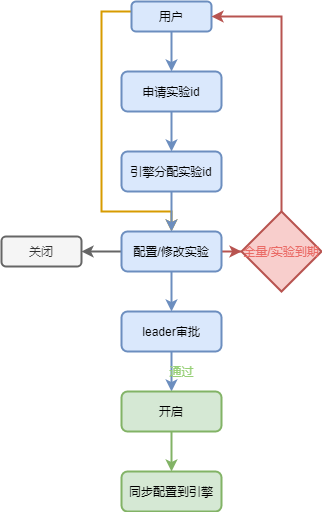
The draw.io diagram test.png in dlt330219/diagrams, before a commit. Source tidied: cells renumbered, new cells last; positions are measured from the earlier drawing's top-left corner, leaving out a move shared by most shapes.
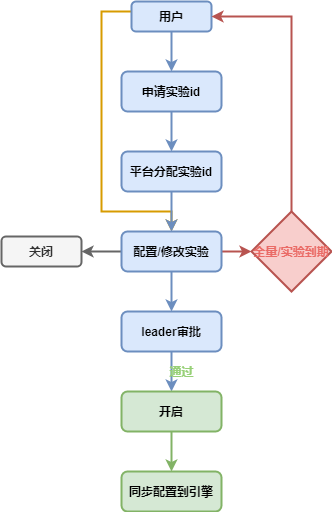
After the change.

Diff of the diagram source:
```diff
@@ -2,10 +2,10 @@
   <root>
     <mxCell id="0" />
     <mxCell id="1" parent="0" />
-    <mxCell id="2" style="edgeStyle=orthogonalEdgeStyle;rounded=0;jettySize=auto;html=1;fillColor=#dae8fc;strokeColor=#6c8ebf;fontStyle=0;strokeWidth=2;" parent="1" edge="1" source="4" target="6">
+    <mxCell id="2" style="edgeStyle=orthogonalEdgeStyle;rounded=0;jettySize=auto;html=1;fillColor=#dae8fc;strokeColor=#6c8ebf;fontStyle=1;strokeWidth=2;" parent="1" edge="1" source="4" target="6">
       <mxGeometry relative="1" as="geometry" />
     </mxCell>
-    <mxCell id="3" style="edgeStyle=orthogonalEdgeStyle;rounded=0;jettySize=auto;html=1;fillColor=#ffe6cc;strokeColor=#d79b00;entryX=0.5;entryY=0;entryDx=0;entryDy=0;fontStyle=0;strokeWidth=2;" parent="1" edge="1" source="4" target="12">
+    <mxCell id="3" style="edgeStyle=orthogonalEdgeStyle;rounded=0;jettySize=auto;html=1;fillColor=#ffe6cc;strokeColor=#d79b00;entryX=0.5;entryY=0;entryDx=0;entryDy=0;fontStyle=1;strokeWidth=2;" parent="1" edge="1" source="4" target="12">
       <mxGeometry relative="1" as="geometry">
         <Array as="points">
           <mxPoint x="100" y="10" />
@@ -14,37 +14,37 @@
         </Array>
       </mxGeometry>
     </mxCell>
-    <mxCell id="4" value="用户" style="rounded=1;whiteSpace=wrap;html=1;fillColor=#dae8fc;strokeColor=#6c8ebf;fontStyle=0;strokeWidth=2;" parent="1" vertex="1">
+    <mxCell id="4" value="用户" style="rounded=1;whiteSpace=wrap;html=1;fillColor=#dae8fc;strokeColor=#6c8ebf;fontStyle=1;strokeWidth=2;" parent="1" vertex="1">
       <mxGeometry x="130" width="80" height="30" as="geometry" />
     </mxCell>
-    <mxCell id="5" style="edgeStyle=orthogonalEdgeStyle;rounded=0;jettySize=auto;html=1;fillColor=#dae8fc;strokeColor=#6c8ebf;fontStyle=0;strokeWidth=2;" parent="1" edge="1" source="6" target="8">
+    <mxCell id="5" style="edgeStyle=orthogonalEdgeStyle;rounded=0;jettySize=auto;html=1;fillColor=#dae8fc;strokeColor=#6c8ebf;fontStyle=1;strokeWidth=2;" parent="1" edge="1" source="6" target="8">
       <mxGeometry relative="1" as="geometry" />
     </mxCell>
-    <mxCell id="6" value="申请实验id" style="rounded=1;whiteSpace=wrap;html=1;fillColor=#dae8fc;strokeColor=#6c8ebf;fontStyle=0;strokeWidth=2;" parent="1" vertex="1">
+    <mxCell id="6" value="申请实验id" style="rounded=1;whiteSpace=wrap;html=1;fillColor=#dae8fc;strokeColor=#6c8ebf;fontStyle=1;strokeWidth=2;" parent="1" vertex="1">
       <mxGeometry x="120" y="70" width="100" height="40" as="geometry" />
     </mxCell>
-    <mxCell id="7" style="edgeStyle=orthogonalEdgeStyle;rounded=0;jettySize=auto;html=1;fillColor=#dae8fc;strokeColor=#6c8ebf;fontStyle=0;strokeWidth=2;" parent="1" edge="1" source="8" target="12">
+    <mxCell id="7" style="edgeStyle=orthogonalEdgeStyle;rounded=0;jettySize=auto;html=1;fillColor=#dae8fc;strokeColor=#6c8ebf;fontStyle=1;strokeWidth=2;" parent="1" edge="1" source="8" target="12">
       <mxGeometry relative="1" as="geometry" />
     </mxCell>
-    <mxCell id="8" value="引擎分配实验id" style="rounded=1;whiteSpace=wrap;html=1;fillColor=#dae8fc;strokeColor=#6c8ebf;fontStyle=0;strokeWidth=2;" parent="1" vertex="1">
+    <mxCell id="8" value="平台分配实验id" style="rounded=1;whiteSpace=wrap;html=1;fillColor=#dae8fc;strokeColor=#6c8ebf;fontStyle=1;strokeWidth=2;" parent="1" vertex="1">
       <mxGeometry x="120" y="150" width="100" height="40" as="geometry" />
     </mxCell>
-    <mxCell id="9" style="edgeStyle=orthogonalEdgeStyle;rounded=0;jettySize=auto;html=1;fillColor=#f5f5f5;strokeColor=#666666;fontStyle=0;strokeWidth=2;" parent="1" edge="1" source="12" target="13">
+    <mxCell id="9" style="edgeStyle=orthogonalEdgeStyle;rounded=0;jettySize=auto;html=1;fillColor=#f5f5f5;strokeColor=#666666;fontStyle=1;strokeWidth=2;" parent="1" edge="1" source="12" target="13">
       <mxGeometry relative="1" as="geometry" />
     </mxCell>
-    <mxCell id="10" style="edgeStyle=orthogonalEdgeStyle;rounded=0;jettySize=auto;html=1;fillColor=#dae8fc;strokeColor=#6c8ebf;fontStyle=0;strokeWidth=2;" parent="1" edge="1" source="12" target="15">
+    <mxCell id="10" style="edgeStyle=orthogonalEdgeStyle;rounded=0;jettySize=auto;html=1;fillColor=#dae8fc;strokeColor=#6c8ebf;fontStyle=1;strokeWidth=2;" parent="1" edge="1" source="12" target="15">
       <mxGeometry relative="1" as="geometry" />
     </mxCell>
-    <mxCell id="11" style="edgeStyle=orthogonalEdgeStyle;rounded=0;jettySize=auto;html=1;fontColor=#97D077;fillColor=#f8cecc;strokeColor=#b85450;fontStyle=0;strokeWidth=2;" parent="1" edge="1" source="12" target="21">
+    <mxCell id="11" style="edgeStyle=orthogonalEdgeStyle;rounded=0;jettySize=auto;html=1;fontColor=#97D077;fillColor=#f8cecc;strokeColor=#b85450;fontStyle=1;strokeWidth=2;" parent="1" edge="1" source="12" target="21">
       <mxGeometry relative="1" as="geometry" />
     </mxCell>
-    <mxCell id="12" value="配置/修改实验" style="rounded=1;whiteSpace=wrap;html=1;fillColor=#dae8fc;strokeColor=#6c8ebf;fontStyle=0;strokeWidth=2;" parent="1" vertex="1">
+    <mxCell id="12" value="配置/修改实验" style="rounded=1;whiteSpace=wrap;html=1;fillColor=#dae8fc;strokeColor=#6c8ebf;fontStyle=1;strokeWidth=2;" parent="1" vertex="1">
       <mxGeometry x="120" y="230" width="100" height="40" as="geometry" />
     </mxCell>
-    <mxCell id="13" value="关闭" style="rounded=1;whiteSpace=wrap;html=1;fillColor=#f5f5f5;strokeColor=#666666;fontColor=#333333;fontStyle=0;strokeWidth=2;" parent="1" vertex="1">
+    <mxCell id="13" value="关闭" style="rounded=1;whiteSpace=wrap;html=1;fillColor=#f5f5f5;strokeColor=#666666;fontColor=#333333;fontStyle=1;strokeWidth=2;" parent="1" vertex="1">
       <mxGeometry y="235" width="80" height="30" as="geometry" />
     </mxCell>
-    <mxCell id="14" style="edgeStyle=orthogonalEdgeStyle;rounded=0;jettySize=auto;html=1;fillColor=#dae8fc;strokeColor=#6c8ebf;fontStyle=0;strokeWidth=2;" parent="1" edge="1" source="15" target="17">
+    <mxCell id="14" style="edgeStyle=orthogonalEdgeStyle;rounded=0;jettySize=auto;html=1;fillColor=#dae8fc;strokeColor=#6c8ebf;fontStyle=1;strokeWidth=2;" parent="1" edge="1" source="15" target="17">
       <mxGeometry relative="1" as="geometry">
         <Array as="points">
           <mxPoint x="170" y="370" />
@@ -52,30 +52,30 @@
         </Array>
       </mxGeometry>
     </mxCell>
-    <mxCell id="15" value="leader审批" style="rounded=1;whiteSpace=wrap;html=1;fillColor=#dae8fc;strokeColor=#6c8ebf;fontStyle=0;strokeWidth=2;" parent="1" vertex="1">
+    <mxCell id="15" value="leader审批" style="rounded=1;whiteSpace=wrap;html=1;fillColor=#dae8fc;strokeColor=#6c8ebf;fontStyle=1;strokeWidth=2;" parent="1" vertex="1">
       <mxGeometry x="120" y="310" width="100" height="40" as="geometry" />
     </mxCell>
-    <mxCell id="16" style="edgeStyle=orthogonalEdgeStyle;rounded=0;jettySize=auto;html=1;fontColor=#97D077;fillColor=#d5e8d4;strokeColor=#82b366;fontStyle=0;strokeWidth=2;" parent="1" edge="1" source="17" target="19">
+    <mxCell id="16" style="edgeStyle=orthogonalEdgeStyle;rounded=0;jettySize=auto;html=1;fontColor=#97D077;fillColor=#d5e8d4;strokeColor=#82b366;fontStyle=1;strokeWidth=2;" parent="1" edge="1" source="17" target="19">
       <mxGeometry relative="1" as="geometry" />
     </mxCell>
-    <mxCell id="17" value="开启" style="rounded=1;whiteSpace=wrap;html=1;fillColor=#d5e8d4;strokeColor=#82b366;fontStyle=0;strokeWidth=2;" parent="1" vertex="1">
+    <mxCell id="17" value="开启" style="rounded=1;whiteSpace=wrap;html=1;fillColor=#d5e8d4;strokeColor=#82b366;fontStyle=1;strokeWidth=2;" parent="1" vertex="1">
       <mxGeometry x="120" y="390" width="100" height="40" as="geometry" />
     </mxCell>
-    <mxCell id="18" value="通过" style="text;html=1;align=center;verticalAlign=middle;fontColor=#97D077;fontStyle=0;strokeWidth=2;" parent="1" vertex="1">
+    <mxCell id="18" value="通过" style="text;html=1;align=center;verticalAlign=middle;fontColor=#97D077;fontStyle=1;strokeWidth=2;" parent="1" vertex="1">
       <mxGeometry x="160" y="360" width="40" height="20" as="geometry" />
     </mxCell>
-    <mxCell id="19" value="同步配置到引擎" style="rounded=1;whiteSpace=wrap;html=1;fillColor=#d5e8d4;strokeColor=#82b366;fontStyle=0;strokeWidth=2;" parent="1" vertex="1">
+    <mxCell id="19" value="同步配置到引擎" style="rounded=1;whiteSpace=wrap;html=1;fillColor=#d5e8d4;strokeColor=#82b366;fontStyle=1;strokeWidth=2;" parent="1" vertex="1">
       <mxGeometry x="120" y="470" width="100" height="40" as="geometry" />
     </mxCell>
-    <mxCell id="20" style="edgeStyle=orthogonalEdgeStyle;rounded=0;jettySize=auto;html=1;entryX=1;entryY=0.5;entryDx=0;entryDy=0;fontColor=#97D077;fillColor=#f8cecc;strokeColor=#b85450;fontStyle=0;strokeWidth=2;" parent="1" edge="1" source="21" target="4">
+    <mxCell id="20" style="edgeStyle=orthogonalEdgeStyle;rounded=0;jettySize=auto;html=1;entryX=1;entryY=0.5;entryDx=0;entryDy=0;fontColor=#97D077;fillColor=#f8cecc;strokeColor=#b85450;fontStyle=1;strokeWidth=2;exitX=0.5;exitY=0;exitDx=0;exitDy=0;" parent="1" edge="1" source="21" target="4">
       <mxGeometry relative="1" as="geometry">
         <Array as="points">
-          <mxPoint x="280" y="15" />
+          <mxPoint x="290" y="15" />
         </Array>
       </mxGeometry>
     </mxCell>
-    <mxCell id="21" value="&lt;font color=&quot;#ea6b66&quot;&gt;全量/实验到期&lt;/font&gt;" style="rhombus;whiteSpace=wrap;html=1;fillColor=#f8cecc;strokeColor=#b85450;fontStyle=0;strokeWidth=2;" parent="1" vertex="1">
-      <mxGeometry x="240" y="210" width="80" height="80" as="geometry" />
+    <mxCell id="21" value="&lt;font color=&quot;#ea6b66&quot;&gt;全量/实验到期&lt;/font&gt;" style="rhombus;whiteSpace=wrap;html=1;fillColor=#f8cecc;strokeColor=#b85450;fontStyle=1;strokeWidth=2;" parent="1" vertex="1">
+      <mxGeometry x="250" y="210" width="80" height="80" as="geometry" />
     </mxCell>
   </root>
 </mxGraphModel>
```
